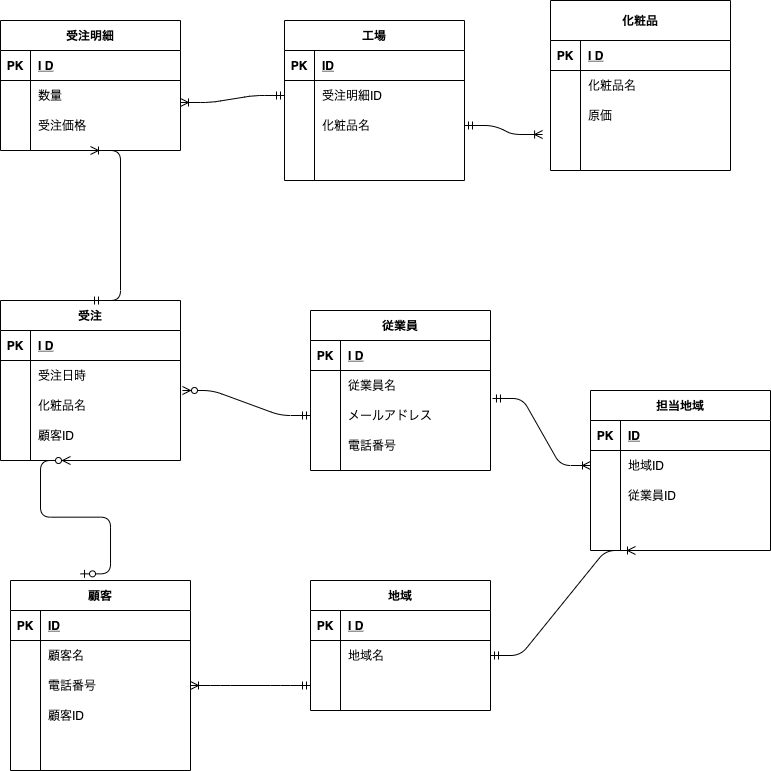
hitomineo/2022-1-7-ERtest keeps this draw.io diagram as test2.drawio.png. Above is the earlier version. Source tidied: cells renumbered, new cells last; positions are measured from the earlier drawing's top-left corner, leaving out a move shared by most shapes.
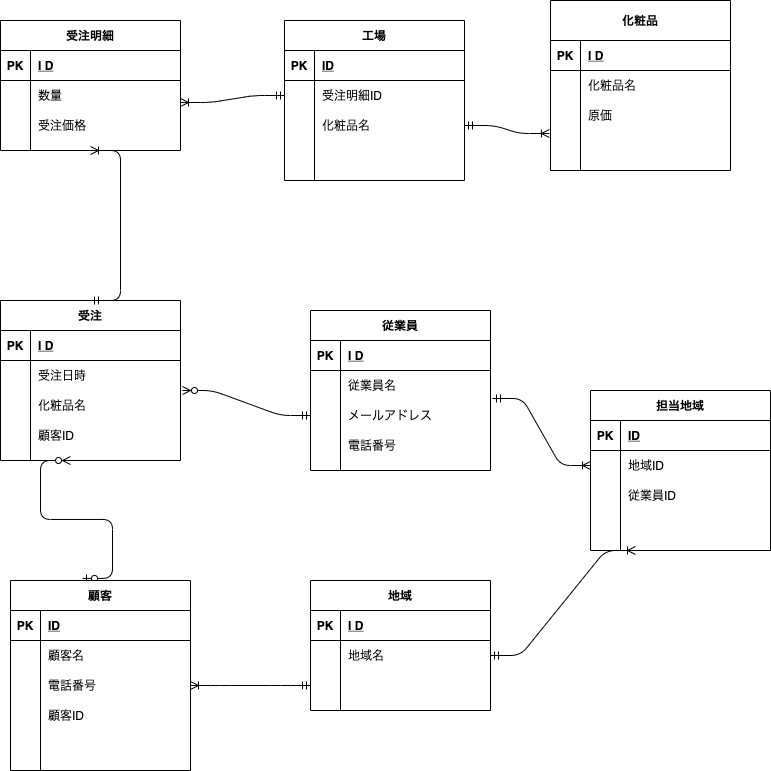
Later version of the same file.

The edit, as a diff of the source:
```diff
@@ -230,7 +230,7 @@
     <mxCell id="77" style="edgeStyle=entityRelationEdgeStyle;fontSize=12;html=1;endArrow=ERoneToMany;startArrow=ERmandOne;exitX=0.5;exitY=0;exitDx=0;exitDy=0;entryX=0.5;entryY=1;entryDx=0;entryDy=0;" parent="1" edge="1" source="15" target="92">
       <mxGeometry relative="1" as="geometry" />
     </mxCell>
-    <mxCell id="78" style="edgeStyle=entityRelationEdgeStyle;fontSize=12;html=1;endArrow=ERzeroToMany;startArrow=ERzeroToOne;exitX=0.389;exitY=-0.035;exitDx=0;exitDy=0;exitPerimeter=0;" parent="1" edge="1" source="79">
+    <mxCell id="78" style="edgeStyle=entityRelationEdgeStyle;fontSize=12;html=1;endArrow=ERzeroToMany;startArrow=ERzeroToOne;exitX=0.4;exitY=-0.011;exitDx=0;exitDy=0;exitPerimeter=0;" parent="1" edge="1" source="79">
       <mxGeometry relative="1" as="geometry">
         <mxPoint x="70" y="460" as="targetPoint" />
       </mxGeometry>
@@ -319,7 +319,7 @@
     <mxCell id="106" style="edgeStyle=entityRelationEdgeStyle;fontSize=12;html=1;endArrow=ERoneToMany;startArrow=ERmandOne;entryX=1;entryY=-0.267;entryDx=0;entryDy=0;entryPerimeter=0;exitX=0;exitY=0.5;exitDx=0;exitDy=0;" parent="1" edge="1" source="68" target="99">
       <mxGeometry relative="1" as="geometry" />
     </mxCell>
-    <mxCell id="107" style="edgeStyle=entityRelationEdgeStyle;fontSize=12;html=1;endArrow=ERoneToMany;startArrow=ERmandOne;entryX=-0.044;entryY=0.1;entryDx=0;entryDy=0;entryPerimeter=0;exitX=1;exitY=0.5;exitDx=0;exitDy=0;" parent="1" edge="1" source="71" target="12">
+    <mxCell id="107" style="edgeStyle=entityRelationEdgeStyle;fontSize=12;html=1;endArrow=ERoneToMany;startArrow=ERmandOne;entryX=-0.006;entryY=0.075;entryDx=0;entryDy=0;entryPerimeter=0;exitX=1;exitY=0.5;exitDx=0;exitDy=0;" parent="1" edge="1" source="71" target="12">
       <mxGeometry relative="1" as="geometry" />
     </mxCell>
   </root>
```
